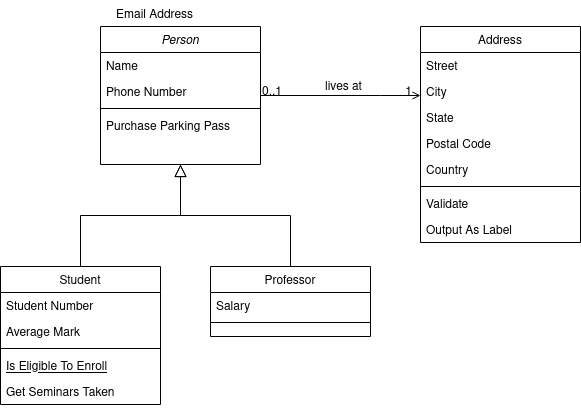
Before: diagram.png, a diagram exported from draw.io (dtcg/republique). Source tidied: cells renumbered, new cells last; positions are measured from the earlier drawing's top-left corner, leaving out a move shared by most shapes. Source of this version:
```xml
<mxGraphModel background="#ffffff">
  <root>
    <mxCell id="0" />
    <mxCell id="1" parent="0" />
    <mxCell id="2" value="Person" style="swimlane;fontStyle=2;align=center;verticalAlign=top;horizontal=1;startSize=26;swimlaneFillColor=#ffffff;rounded=0;shadow=0;strokeWidth=1;" parent="1" vertex="1">
      <mxGeometry x="100" y="26" width="160" height="138" as="geometry" />
    </mxCell>
    <mxCell id="3" value="Name" style="text;strokeColor=none;fillColor=none;align=left;verticalAlign=top;spacingLeft=4;spacingRight=4;overflow=hidden;" parent="2" vertex="1">
      <mxGeometry y="26" width="160" height="26" as="geometry" />
    </mxCell>
    <mxCell id="4" value="Phone Number" style="text;strokeColor=none;fillColor=none;align=left;verticalAlign=top;spacingLeft=4;spacingRight=4;overflow=hidden;rounded=0;shadow=0;html=0;" parent="2" vertex="1">
      <mxGeometry y="52" width="160" height="26" as="geometry" />
    </mxCell>
    <mxCell id="5" style="line;html=1;strokeWidth=1;fillColor=none;align=left;verticalAlign=middle;spacingTop=-1;spacingLeft=3;spacingRight=3;labelPosition=right;" parent="2" vertex="1">
      <mxGeometry y="78" width="160" height="8" as="geometry" />
    </mxCell>
    <mxCell id="6" value="Purchase Parking Pass" style="text;strokeColor=none;fillColor=none;align=left;verticalAlign=top;spacingLeft=4;spacingRight=4;overflow=hidden;" parent="2" vertex="1">
      <mxGeometry y="86" width="160" height="26" as="geometry" />
    </mxCell>
    <mxCell id="7" value="Student" style="swimlane;fontStyle=0;align=center;verticalAlign=top;horizontal=1;startSize=26;swimlaneFillColor=#ffffff;rounded=0;shadow=0;strokeWidth=1;" parent="1" vertex="1">
      <mxGeometry y="266" width="160" height="138" as="geometry" />
    </mxCell>
    <mxCell id="8" value="Student Number" style="text;strokeColor=none;fillColor=none;align=left;verticalAlign=top;spacingLeft=4;spacingRight=4;overflow=hidden;" parent="7" vertex="1">
      <mxGeometry y="26" width="160" height="26" as="geometry" />
    </mxCell>
    <mxCell id="9" value="Average Mark" style="text;strokeColor=none;fillColor=none;align=left;verticalAlign=top;spacingLeft=4;spacingRight=4;overflow=hidden;rounded=0;shadow=0;html=0;" parent="7" vertex="1">
      <mxGeometry y="52" width="160" height="26" as="geometry" />
    </mxCell>
    <mxCell id="10" style="line;html=1;strokeWidth=1;fillColor=none;align=left;verticalAlign=middle;spacingTop=-1;spacingLeft=3;spacingRight=3;labelPosition=right;" parent="7" vertex="1">
      <mxGeometry y="78" width="160" height="8" as="geometry" />
    </mxCell>
    <mxCell id="11" value="Is Eligible To Enroll" style="text;strokeColor=none;fillColor=none;align=left;verticalAlign=top;spacingLeft=4;spacingRight=4;overflow=hidden;fontStyle=4;" parent="7" vertex="1">
      <mxGeometry y="86" width="160" height="26" as="geometry" />
    </mxCell>
    <mxCell id="12" value="Get Seminars Taken" style="text;strokeColor=none;fillColor=none;align=left;verticalAlign=top;spacingLeft=4;spacingRight=4;overflow=hidden;" parent="7" vertex="1">
      <mxGeometry y="112" width="160" height="26" as="geometry" />
    </mxCell>
    <mxCell id="13" style="endArrow=block;endSize=10;endFill=0;shadow=0;strokeWidth=1;edgeStyle=orthogonalEdgeStyle;rounded=0;" parent="1" edge="1" source="7" target="2">
      <mxGeometry relative="1" as="geometry">
        <Array as="points">
          <mxPoint x="80" y="215" />
          <mxPoint x="180" y="215" />
        </Array>
      </mxGeometry>
    </mxCell>
    <mxCell id="14" value="Professor" style="swimlane;fontStyle=0;align=center;verticalAlign=top;horizontal=1;startSize=26;swimlaneFillColor=#ffffff;rounded=0;shadow=0;strokeWidth=1;" parent="1" vertex="1">
      <mxGeometry x="210" y="266" width="160" height="70" as="geometry" />
    </mxCell>
    <mxCell id="15" value="Salary" style="text;strokeColor=none;fillColor=none;align=left;verticalAlign=top;spacingLeft=4;spacingRight=4;overflow=hidden;" parent="14" vertex="1">
      <mxGeometry y="26" width="160" height="26" as="geometry" />
    </mxCell>
    <mxCell id="16" style="line;html=1;strokeWidth=1;fillColor=none;align=left;verticalAlign=middle;spacingTop=-1;spacingLeft=3;spacingRight=3;labelPosition=right;" parent="14" vertex="1">
      <mxGeometry y="52" width="160" height="8" as="geometry" />
    </mxCell>
    <mxCell id="17" style="endArrow=block;endSize=10;endFill=0;shadow=0;strokeWidth=1;edgeStyle=orthogonalEdgeStyle;rounded=0;" parent="1" edge="1" source="14" target="2">
      <mxGeometry relative="1" as="geometry" />
    </mxCell>
    <mxCell id="18" value="Address" style="swimlane;fontStyle=0;align=center;verticalAlign=top;horizontal=1;startSize=26;swimlaneFillColor=#ffffff;rounded=0;shadow=0;strokeWidth=1;" parent="1" vertex="1">
      <mxGeometry x="420" y="26" width="160" height="216" as="geometry" />
    </mxCell>
    <mxCell id="19" value="Street" style="text;strokeColor=none;fillColor=none;align=left;verticalAlign=top;spacingLeft=4;spacingRight=4;overflow=hidden;" parent="18" vertex="1">
      <mxGeometry y="26" width="160" height="26" as="geometry" />
    </mxCell>
    <mxCell id="20" value="City" style="text;strokeColor=none;fillColor=none;align=left;verticalAlign=top;spacingLeft=4;spacingRight=4;overflow=hidden;rounded=0;shadow=0;html=0;" parent="18" vertex="1">
      <mxGeometry y="52" width="160" height="26" as="geometry" />
    </mxCell>
    <mxCell id="21" value="State" style="text;strokeColor=none;fillColor=none;align=left;verticalAlign=top;spacingLeft=4;spacingRight=4;overflow=hidden;rounded=0;shadow=0;html=0;" parent="18" vertex="1">
      <mxGeometry y="78" width="160" height="26" as="geometry" />
    </mxCell>
    <mxCell id="22" value="Postal Code" style="text;strokeColor=none;fillColor=none;align=left;verticalAlign=top;spacingLeft=4;spacingRight=4;overflow=hidden;rounded=0;shadow=0;html=0;" parent="18" vertex="1">
      <mxGeometry y="104" width="160" height="26" as="geometry" />
    </mxCell>
    <mxCell id="23" value="Country" style="text;strokeColor=none;fillColor=none;align=left;verticalAlign=top;spacingLeft=4;spacingRight=4;overflow=hidden;rounded=0;shadow=0;html=0;" parent="18" vertex="1">
      <mxGeometry y="130" width="160" height="26" as="geometry" />
    </mxCell>
    <mxCell id="24" style="line;html=1;strokeWidth=1;fillColor=none;align=left;verticalAlign=middle;spacingTop=-1;spacingLeft=3;spacingRight=3;labelPosition=right;" parent="18" vertex="1">
      <mxGeometry y="156" width="160" height="8" as="geometry" />
    </mxCell>
    <mxCell id="25" value="Validate" style="text;strokeColor=none;fillColor=none;align=left;verticalAlign=top;spacingLeft=4;spacingRight=4;overflow=hidden;" parent="18" vertex="1">
      <mxGeometry y="164" width="160" height="26" as="geometry" />
    </mxCell>
    <mxCell id="26" value="Output As Label" style="text;strokeColor=none;fillColor=none;align=left;verticalAlign=top;spacingLeft=4;spacingRight=4;overflow=hidden;" parent="18" vertex="1">
      <mxGeometry y="190" width="160" height="26" as="geometry" />
    </mxCell>
    <mxCell id="27" style="endArrow=open;edgeStyle=orthogonalEdgeStyle;shadow=0;strokeWidth=1;strokeColor=#000000;rounded=0;endFill=1;" parent="1" edge="1">
      <mxGeometry x="0.5" y="41" relative="1" as="geometry">
        <mxPoint x="260" y="95" as="sourcePoint" />
        <mxPoint x="420" y="95" as="targetPoint" />
        <Array as="points">
          <mxPoint x="380" y="95" />
          <mxPoint x="380" y="95" />
        </Array>
        <mxPoint x="-40" y="32" as="offset" />
      </mxGeometry>
    </mxCell>
    <mxCell id="28" value="0..1" style="align=left;verticalAlign=bottom;labelBackgroundColor=none;fontSize=12;" parent="27" vertex="1">
      <mxGeometry x="-1" relative="1" as="geometry">
        <mxPoint y="4" as="offset" />
      </mxGeometry>
    </mxCell>
    <mxCell id="29" value="1" style="align=right;verticalAlign=bottom;labelBackgroundColor=none;fontSize=12;" parent="27" vertex="1">
      <mxGeometry x="1" relative="1" as="geometry">
        <mxPoint x="-7" y="4" as="offset" />
      </mxGeometry>
    </mxCell>
    <mxCell id="30" value="lives at" style="text;html=1;align=center;verticalAlign=middle;labelBackgroundColor=none;rounded=0;shadow=0;strokeWidth=1;fontSize=12;" parent="27" vertex="1">
      <mxGeometry x="0.5" y="49" relative="1" as="geometry">
        <mxPoint x="-38" y="40" as="offset" />
      </mxGeometry>
    </mxCell>
    <mxCell id="31" value="Email Address" style="text;strokeColor=none;fillColor=none;align=left;verticalAlign=top;spacingLeft=4;spacingRight=4;overflow=hidden;rounded=0;shadow=0;html=0;" parent="1" vertex="1">
      <mxGeometry x="110" width="160" height="26" as="geometry" />
    </mxCell>
  </root>
</mxGraphModel>
```
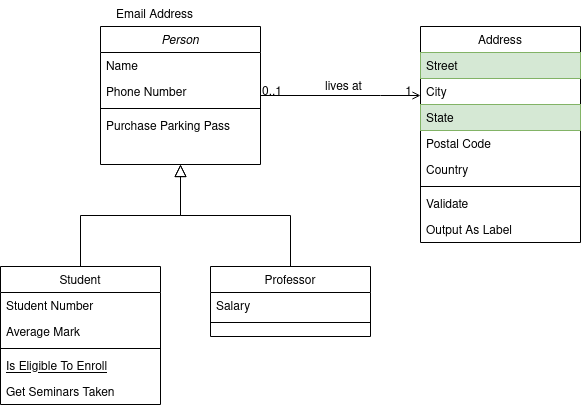
Above is the later version.

Diff of the diagram source:
```diff
@@ -58,13 +58,13 @@
     <mxCell id="18" value="Address" style="swimlane;fontStyle=0;align=center;verticalAlign=top;horizontal=1;startSize=26;swimlaneFillColor=#ffffff;rounded=0;shadow=0;strokeWidth=1;" parent="1" vertex="1">
       <mxGeometry x="420" y="26" width="160" height="216" as="geometry" />
     </mxCell>
-    <mxCell id="19" value="Street" style="text;strokeColor=none;fillColor=none;align=left;verticalAlign=top;spacingLeft=4;spacingRight=4;overflow=hidden;" parent="18" vertex="1">
+    <mxCell id="19" value="Street" style="text;strokeColor=#82b366;fillColor=#d5e8d4;align=left;verticalAlign=top;spacingLeft=4;spacingRight=4;overflow=hidden;" parent="18" vertex="1">
       <mxGeometry y="26" width="160" height="26" as="geometry" />
     </mxCell>
     <mxCell id="20" value="City" style="text;strokeColor=none;fillColor=none;align=left;verticalAlign=top;spacingLeft=4;spacingRight=4;overflow=hidden;rounded=0;shadow=0;html=0;" parent="18" vertex="1">
       <mxGeometry y="52" width="160" height="26" as="geometry" />
     </mxCell>
-    <mxCell id="21" value="State" style="text;strokeColor=none;fillColor=none;align=left;verticalAlign=top;spacingLeft=4;spacingRight=4;overflow=hidden;rounded=0;shadow=0;html=0;" parent="18" vertex="1">
+    <mxCell id="21" value="State" style="text;strokeColor=#82b366;fillColor=#d5e8d4;align=left;verticalAlign=top;spacingLeft=4;spacingRight=4;overflow=hidden;rounded=0;shadow=0;html=0;" parent="18" vertex="1">
       <mxGeometry y="78" width="160" height="26" as="geometry" />
     </mxCell>
     <mxCell id="22" value="Postal Code" style="text;strokeColor=none;fillColor=none;align=left;verticalAlign=top;spacingLeft=4;spacingRight=4;overflow=hidden;rounded=0;shadow=0;html=0;" parent="18" vertex="1">
```
